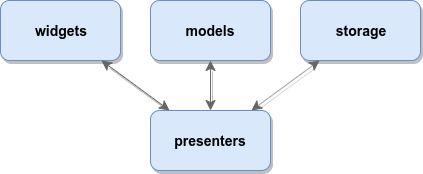
The draw.io diagram images/diagram.png in gavv/tagberry, before a commit. Source tidied: cells renumbered, new cells last; positions are measured from the earlier drawing's top-left corner, leaving out a move shared by most shapes. The source it was exported from:
```xml
<mxGraphModel>
  <root>
    <mxCell id="0" />
    <mxCell id="1" parent="0" />
    <mxCell id="2" value="models" style="rounded=1;whiteSpace=wrap;html=1;fillColor=#dae8fc;strokeColor=#6c8ebf;fontStyle=1;fontSize=14;labelBorderColor=none;gradientColor=none;glass=0;shadow=1;comic=0;" parent="1" vertex="1">
      <mxGeometry x="150" width="120" height="60" as="geometry" />
    </mxCell>
    <mxCell id="3" value="widgets" style="rounded=1;whiteSpace=wrap;html=1;fillColor=#dae8fc;strokeColor=#6c8ebf;fontStyle=1;fontSize=14;labelBorderColor=none;gradientColor=none;glass=0;shadow=1;comic=0;" parent="1" vertex="1">
      <mxGeometry width="120" height="60" as="geometry" />
    </mxCell>
    <mxCell id="4" value="storage" style="rounded=1;whiteSpace=wrap;html=1;fillColor=#dae8fc;strokeColor=#6c8ebf;fontStyle=1;fontSize=14;labelBorderColor=none;gradientColor=none;glass=0;shadow=1;comic=0;" parent="1" vertex="1">
      <mxGeometry x="300" width="120" height="60" as="geometry" />
    </mxCell>
    <mxCell id="5" value="presenters" style="rounded=1;whiteSpace=wrap;html=1;fillColor=#dae8fc;strokeColor=#6c8ebf;fontStyle=1;fontSize=14;labelBorderColor=none;gradientColor=none;glass=0;shadow=1;comic=0;" parent="1" vertex="1">
      <mxGeometry x="150" y="110" width="120" height="60" as="geometry" />
    </mxCell>
    <mxCell id="6" style="endArrow=classic;startArrow=classic;html=1;endSize=8;startSize=8;shadow=1;comic=0;fillColor=#f5f5f5;strokeColor=#666666;" parent="1" edge="1" source="5" target="3">
      <mxGeometry relative="1" as="geometry" />
    </mxCell>
    <mxCell id="7" style="endArrow=classic;startArrow=classic;html=1;endSize=8;startSize=8;shadow=1;comic=0;fillColor=#f5f5f5;strokeColor=#666666;" parent="1" edge="1" source="5" target="2">
      <mxGeometry relative="1" as="geometry" />
    </mxCell>
    <mxCell id="8" style="endArrow=classic;startArrow=classic;html=1;endSize=8;startSize=8;shadow=1;comic=0;fillColor=#f5f5f5;strokeColor=#666666;" parent="1" edge="1" source="5" target="4">
      <mxGeometry relative="1" as="geometry" />
    </mxCell>
  </root>
</mxGraphModel>
```
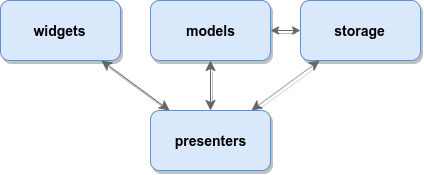
Above is the later version.

What changed in the source:
```diff
@@ -23,5 +23,8 @@
     <mxCell id="8" style="endArrow=classic;startArrow=classic;html=1;endSize=8;startSize=8;shadow=1;comic=0;fillColor=#f5f5f5;strokeColor=#666666;" parent="1" edge="1" source="5" target="4">
       <mxGeometry relative="1" as="geometry" />
     </mxCell>
+    <mxCell id="9" style="endArrow=classic;html=1;strokeColor=#666666;shadow=1;startArrow=classic;startFill=1;" parent="1" edge="1" source="4" target="2">
+      <mxGeometry relative="1" as="geometry" />
+    </mxCell>
   </root>
 </mxGraphModel>
```
